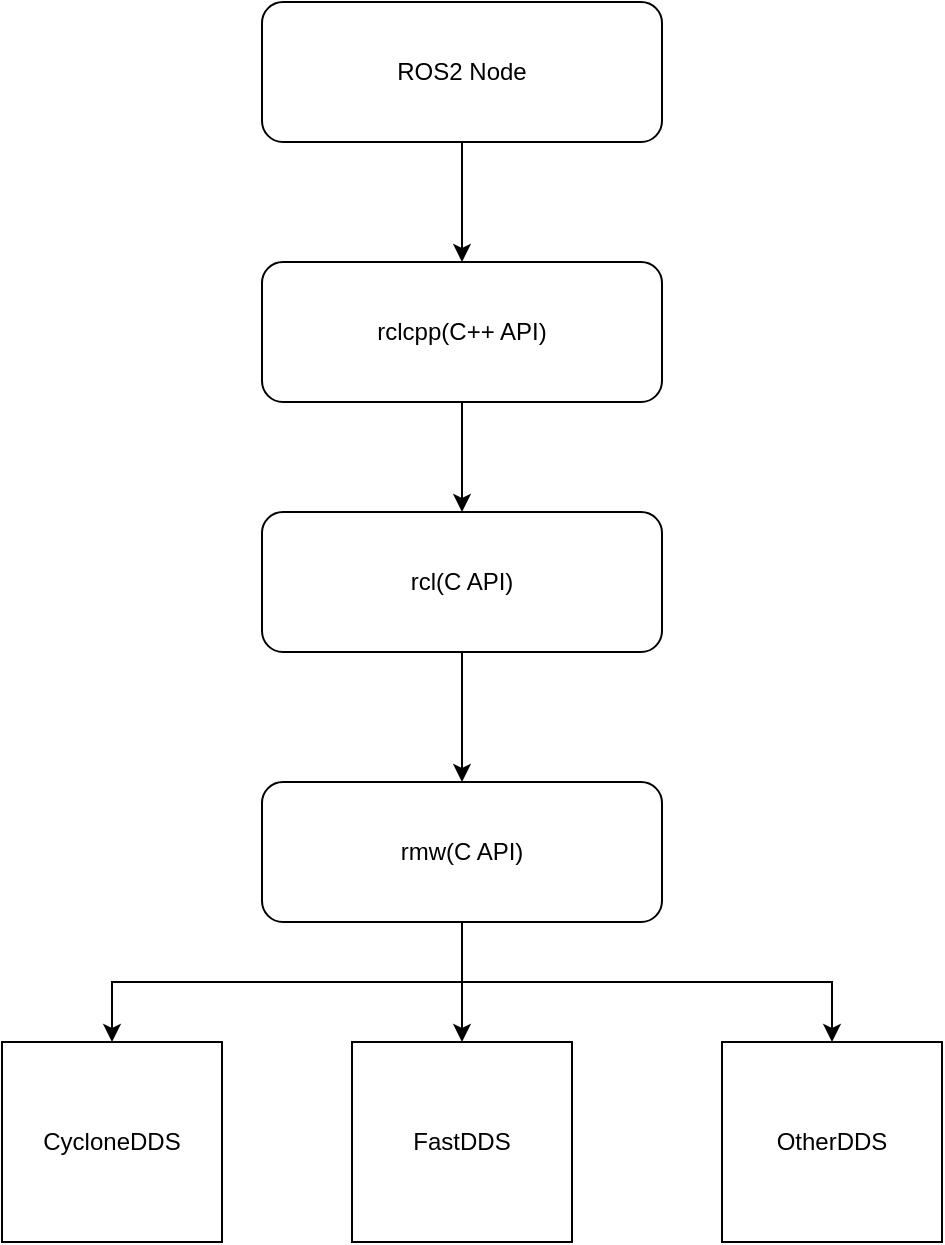
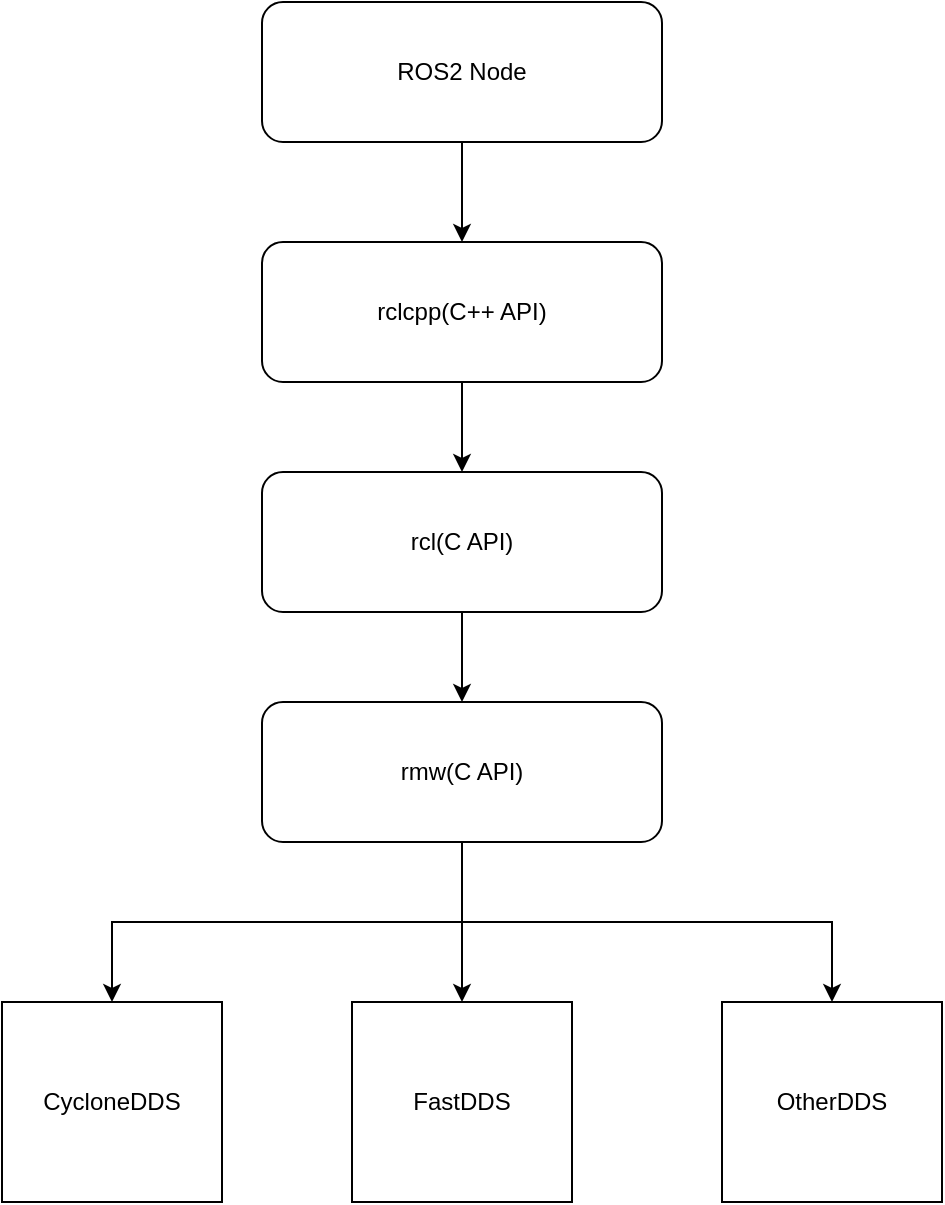
<mxfile host="app.diagrams.net">
  <diagram name="第 1 页" id="_2lEX-sws0WeVsrUzEHx">
    <mxGraphModel dx="1414" dy="791" grid="1" gridSize="10" guides="1" tooltips="1" connect="1" arrows="1" fold="1" page="1" pageScale="1" pageWidth="827" pageHeight="1169" math="0" shadow="0">
      <root>
        <mxCell id="0" />
        <mxCell id="1" parent="0" />
        <mxCell id="iibKUEZEilDxI7rWxDAY-1" edge="1" parent="1" source="CdBaPtaR014crQh5ZqR6-1" style="edgeStyle=orthogonalEdgeStyle;rounded=0;orthogonalLoop=1;jettySize=auto;html=1;" target="CdBaPtaR014crQh5ZqR6-2" value="">
          <mxGeometry relative="1" as="geometry" />
        </mxCell>
        <mxCell id="CdBaPtaR014crQh5ZqR6-1" parent="1" style="rounded=1;whiteSpace=wrap;html=1;" value="ROS2 Node" vertex="1">
-           <mxGeometry height="70" width="200" x="280" y="260" as="geometry" />
+           <mxGeometry height="70" width="200" x="280" y="280" as="geometry" />
        </mxCell>
        <mxCell id="iibKUEZEilDxI7rWxDAY-2" edge="1" parent="1" source="CdBaPtaR014crQh5ZqR6-2" style="edgeStyle=orthogonalEdgeStyle;rounded=0;orthogonalLoop=1;jettySize=auto;html=1;" target="CdBaPtaR014crQh5ZqR6-3" value="">
          <mxGeometry relative="1" as="geometry" />
        </mxCell>
        <mxCell id="CdBaPtaR014crQh5ZqR6-2" parent="1" style="rounded=1;whiteSpace=wrap;html=1;" value="rclcpp(C++ API)" vertex="1">
-           <mxGeometry height="70" width="200" x="280" y="390" as="geometry" />
+           <mxGeometry height="70" width="200" x="280" y="400" as="geometry" />
        </mxCell>
        <mxCell id="iibKUEZEilDxI7rWxDAY-3" edge="1" parent="1" source="CdBaPtaR014crQh5ZqR6-3" style="edgeStyle=orthogonalEdgeStyle;rounded=0;orthogonalLoop=1;jettySize=auto;html=1;" target="CdBaPtaR014crQh5ZqR6-4" value="">
          <mxGeometry relative="1" as="geometry" />
        </mxCell>
        <mxCell id="CdBaPtaR014crQh5ZqR6-3" parent="1" style="rounded=1;whiteSpace=wrap;html=1;" value="rcl(C API)" vertex="1">
          <mxGeometry height="70" width="200" x="280" y="515" as="geometry" />
        </mxCell>
        <mxCell id="iibKUEZEilDxI7rWxDAY-7" edge="1" parent="1" source="CdBaPtaR014crQh5ZqR6-4" style="edgeStyle=orthogonalEdgeStyle;rounded=0;orthogonalLoop=1;jettySize=auto;html=1;exitX=0.5;exitY=1;exitDx=0;exitDy=0;entryX=0.5;entryY=0;entryDx=0;entryDy=0;" target="iibKUEZEilDxI7rWxDAY-4">
          <mxGeometry relative="1" as="geometry" />
        </mxCell>
        <mxCell id="iibKUEZEilDxI7rWxDAY-8" edge="1" parent="1" source="CdBaPtaR014crQh5ZqR6-4" style="edgeStyle=orthogonalEdgeStyle;rounded=0;orthogonalLoop=1;jettySize=auto;html=1;exitX=0.5;exitY=1;exitDx=0;exitDy=0;entryX=0.5;entryY=0;entryDx=0;entryDy=0;" target="iibKUEZEilDxI7rWxDAY-5">
          <mxGeometry relative="1" as="geometry" />
        </mxCell>
        <mxCell id="iibKUEZEilDxI7rWxDAY-9" edge="1" parent="1" source="CdBaPtaR014crQh5ZqR6-4" style="edgeStyle=orthogonalEdgeStyle;rounded=0;orthogonalLoop=1;jettySize=auto;html=1;exitX=0.5;exitY=1;exitDx=0;exitDy=0;entryX=0.5;entryY=0;entryDx=0;entryDy=0;" target="iibKUEZEilDxI7rWxDAY-6">
          <mxGeometry relative="1" as="geometry" />
        </mxCell>
        <mxCell id="CdBaPtaR014crQh5ZqR6-4" parent="1" style="rounded=1;whiteSpace=wrap;html=1;" value="rmw(C API)" vertex="1">
-           <mxGeometry height="70" width="200" x="280" y="650" as="geometry" />
+           <mxGeometry height="70" width="200" x="280" y="630" as="geometry" />
        </mxCell>
        <mxCell id="iibKUEZEilDxI7rWxDAY-4" parent="1" style="rounded=0;whiteSpace=wrap;html=1;" value="CycloneDDS" vertex="1">
          <mxGeometry height="100" width="110" x="150" y="780" as="geometry" />
        </mxCell>
        <mxCell id="iibKUEZEilDxI7rWxDAY-5" parent="1" style="rounded=0;whiteSpace=wrap;html=1;" value="FastDDS" vertex="1">
          <mxGeometry height="100" width="110" x="325" y="780" as="geometry" />
        </mxCell>
        <mxCell id="iibKUEZEilDxI7rWxDAY-6" parent="1" style="rounded=0;whiteSpace=wrap;html=1;" value="OtherDDS" vertex="1">
          <mxGeometry height="100" width="110" x="510" y="780" as="geometry" />
        </mxCell>
      </root>
    </mxGraphModel>
  </diagram>
</mxfile>
